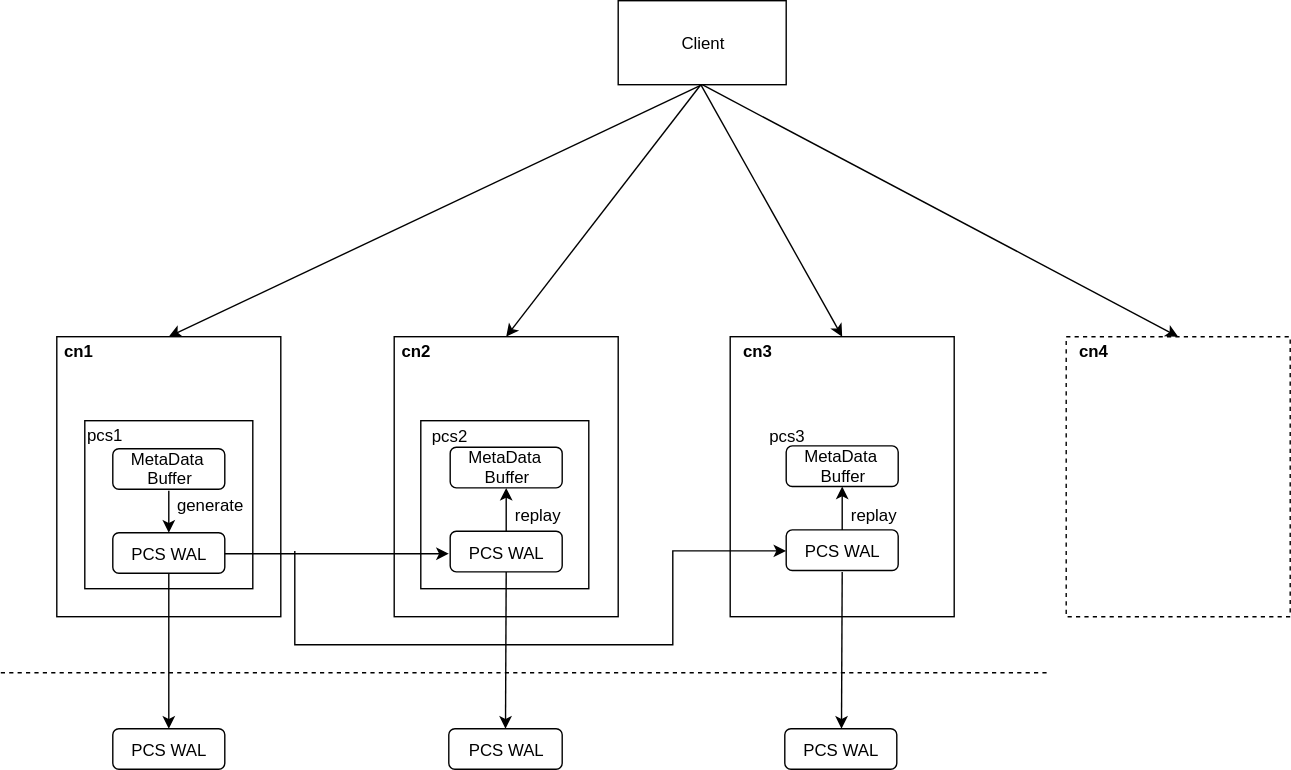
Before: attachments/1671107410817.drawio.svg, a diagram exported from draw.io (simbahebinbo/smallfat.github.io). Source tidied: cells renumbered, new cells last; positions are measured from the earlier drawing's top-left corner, leaving out a move shared by most shapes.
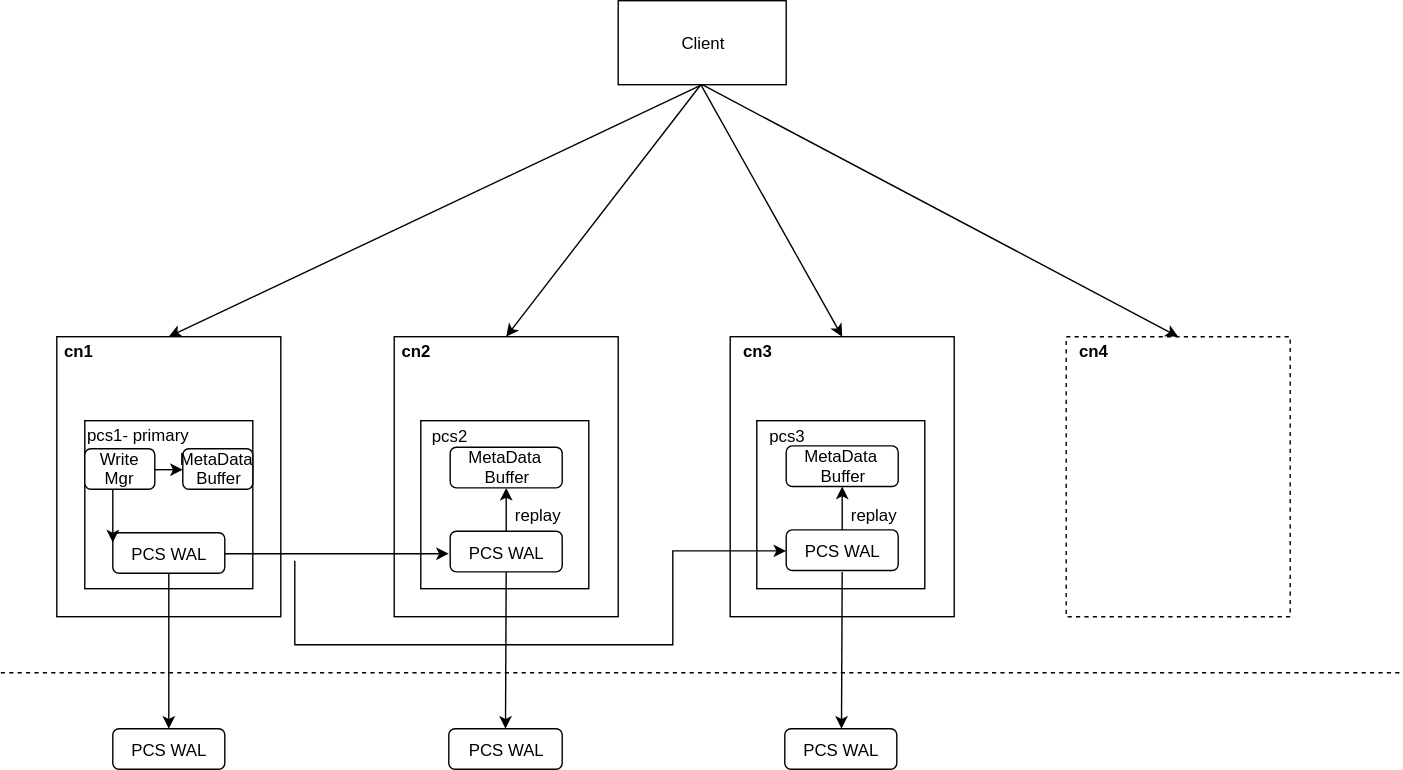
The same diagram one commit later.

Commit message:
添加附件 : attachments/1671107410817.drawio.svg

The edit, as a diff of the source:
```diff
@@ -2,12 +2,15 @@
   <root>
     <mxCell id="0" />
     <mxCell id="1" parent="0" />
+    <mxCell id="3" style="whiteSpace=wrap;html=1;" parent="1" vertex="1">
+      <mxGeometry x="521" y="240" width="160" height="200" as="geometry" />
+    </mxCell>
+    <mxCell id="42" style="whiteSpace=wrap;html=1;" parent="1" vertex="1">
+      <mxGeometry x="540" y="300" width="120" height="120" as="geometry" />
+    </mxCell>
     <mxCell id="2" style="whiteSpace=wrap;html=1;" parent="1" vertex="1">
       <mxGeometry x="281" y="240" width="160" height="200" as="geometry" />
     </mxCell>
-    <mxCell id="3" style="whiteSpace=wrap;html=1;" parent="1" vertex="1">
-      <mxGeometry x="521" y="240" width="160" height="200" as="geometry" />
-    </mxCell>
     <mxCell id="4" style="whiteSpace=wrap;html=1;" parent="1" vertex="1">
       <mxGeometry x="40" y="240" width="160" height="200" as="geometry" />
     </mxCell>
@@ -17,8 +20,8 @@
     <mxCell id="6" style="whiteSpace=wrap;html=1;" parent="1" vertex="1">
       <mxGeometry x="60" y="300" width="120" height="120" as="geometry" />
     </mxCell>
-    <mxCell id="7" value="pcs1" style="text;html=1;strokeColor=none;fillColor=none;align=left;verticalAlign=middle;whiteSpace=wrap;rounded=0;dashed=1;" parent="1" vertex="1">
-      <mxGeometry x="60" y="300" width="75" height="20" as="geometry" />
+    <mxCell id="7" value="pcs1- primary" style="text;html=1;strokeColor=none;fillColor=none;align=left;verticalAlign=middle;whiteSpace=wrap;rounded=0;dashed=1;" parent="1" vertex="1">
+      <mxGeometry x="60" y="300" width="80" height="20" as="geometry" />
     </mxCell>
     <mxCell id="8" value="PCS WAL" style="rounded=1;whiteSpace=wrap;html=1;" parent="1" vertex="1">
       <mxGeometry x="80" y="380" width="80" height="29" as="geometry" />
@@ -79,7 +82,7 @@
       <mxGeometry relative="1" as="geometry" />
     </mxCell>
     <mxCell id="26" value="MetaData&amp;nbsp;&lt;br&gt;Buffer" style="rounded=1;whiteSpace=wrap;html=1;" parent="1" vertex="1">
-      <mxGeometry x="80" y="320" width="80" height="29" as="geometry" />
+      <mxGeometry x="130" y="320" width="50" height="29" as="geometry" />
     </mxCell>
     <mxCell id="27" value="MetaData&amp;nbsp;&lt;br&gt;Buffer" style="rounded=1;whiteSpace=wrap;html=1;" parent="1" vertex="1">
       <mxGeometry x="321" y="319" width="80" height="29" as="geometry" />
@@ -90,7 +93,7 @@
     <mxCell id="29" style="endArrow=none;dashed=1;html=1;" parent="1" edge="1">
       <mxGeometry relative="1" as="geometry">
         <mxPoint y="480" as="sourcePoint" />
-        <mxPoint x="750" y="480" as="targetPoint" />
+        <mxPoint x="1000" y="480" as="targetPoint" />
       </mxGeometry>
     </mxCell>
     <mxCell id="30" value="PCS WAL" style="rounded=1;whiteSpace=wrap;html=1;" parent="1" vertex="1">
@@ -114,17 +117,12 @@
         <mxPoint x="600.5" y="520" as="targetPoint" />
       </mxGeometry>
     </mxCell>
-    <mxCell id="36" style="endArrow=classic;html=1;exitX=0.5;exitY=0;exitDx=0;exitDy=0;entryX=0.5;entryY=0;entryDx=0;entryDy=0;" parent="1" edge="1" target="8">
-      <mxGeometry relative="1" as="geometry">
-        <mxPoint x="120" y="350" as="sourcePoint" />
-      </mxGeometry>
-    </mxCell>
     <mxCell id="37" style="edgeStyle=orthogonalEdgeStyle;rounded=0;jettySize=auto;html=1;exitX=1;exitY=0.5;exitDx=0;exitDy=0;entryX=0.167;entryY=0.792;entryDx=0;entryDy=0;entryPerimeter=0;" parent="1" edge="1" source="8" target="10">
       <mxGeometry relative="1" as="geometry" />
     </mxCell>
     <mxCell id="38" style="edgeStyle=orthogonalEdgeStyle;rounded=0;jettySize=auto;html=1;entryX=0;entryY=0.5;entryDx=0;entryDy=0;" parent="1" edge="1" target="18">
       <mxGeometry relative="1" as="geometry">
-        <mxPoint x="210" y="393" as="sourcePoint" />
+        <mxPoint x="210" y="400" as="sourcePoint" />
         <Array as="points">
           <mxPoint x="210" y="409" />
           <mxPoint x="210" y="460" />
@@ -139,8 +137,14 @@
     <mxCell id="40" value="replay" style="text;html=1;strokeColor=none;fillColor=none;align=center;verticalAlign=middle;whiteSpace=wrap;rounded=0;" parent="1" vertex="1">
       <mxGeometry x="603" y="357" width="40" height="20" as="geometry" />
     </mxCell>
-    <mxCell id="41" value="generate" style="text;html=1;strokeColor=none;fillColor=none;align=center;verticalAlign=middle;whiteSpace=wrap;rounded=0;" parent="1" vertex="1">
-      <mxGeometry x="129" y="350" width="40" height="20" as="geometry" />
-    </mxCell>
+    <mxCell id="43" style="edgeStyle=orthogonalEdgeStyle;rounded=0;jettySize=auto;html=1;exitX=1;exitY=0.5;exitDx=0;exitDy=0;entryX=0;entryY=0.5;entryDx=0;entryDy=0;" parent="1" edge="1" source="45" target="26">
+      <mxGeometry relative="1" as="geometry" />
+    </mxCell>
+    <mxCell id="44" style="edgeStyle=orthogonalEdgeStyle;rounded=0;jettySize=auto;html=1;exitX=0.5;exitY=1;exitDx=0;exitDy=0;entryX=0;entryY=0.25;entryDx=0;entryDy=0;" parent="1" edge="1" source="45" target="8">
+      <mxGeometry relative="1" as="geometry" />
+    </mxCell>
+    <mxCell id="45" value="Write Mgr" style="rounded=1;whiteSpace=wrap;html=1;" parent="1" vertex="1">
+      <mxGeometry x="60" y="320" width="50" height="29" as="geometry" />
+    </mxCell>
   </root>
 </mxGraphModel>
```
